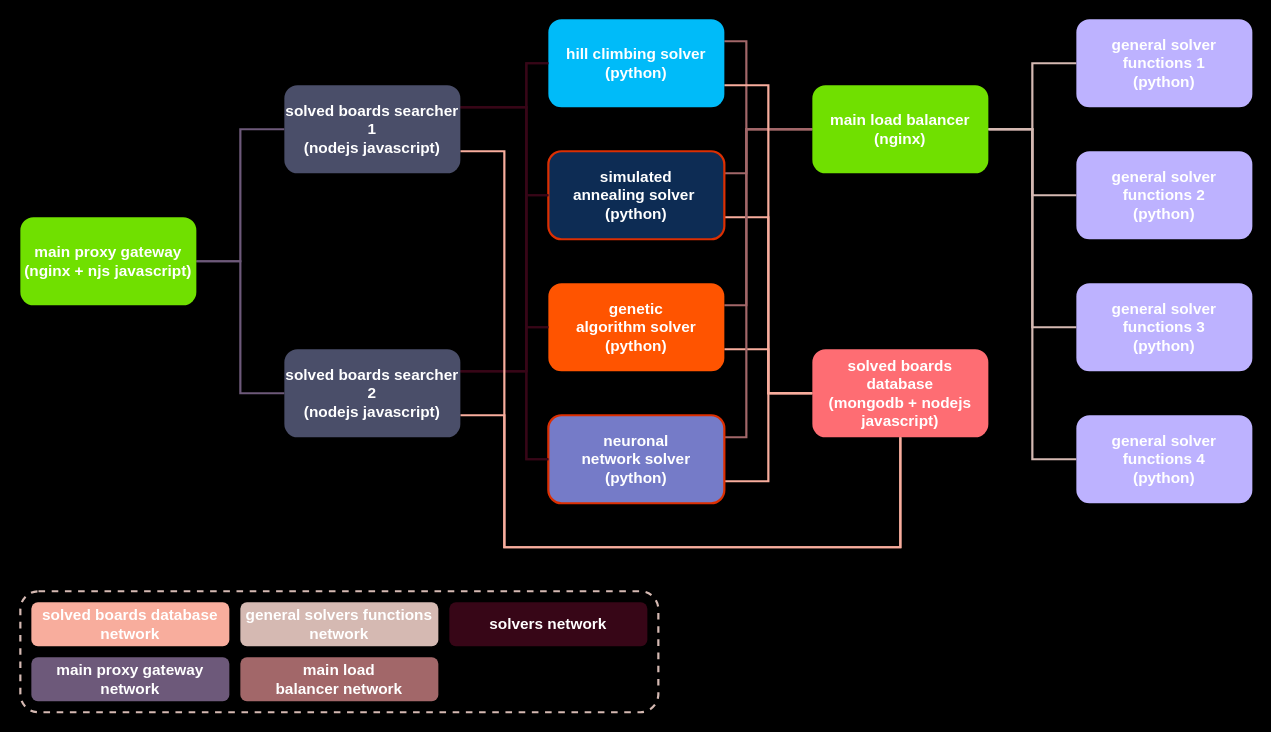
This is images/sudoku_solver.drawio from joseesco24/sudoku_solver, a draw.io file, before an edit. Source tidied: cells renumbered, new cells numbered last; positions are measured from the earlier drawing's top-left corner, leaving out a move shared by most shapes. Both pictures are drawn from the tidied source at 110%, with x=0, y=0 at pixel (20, 19).
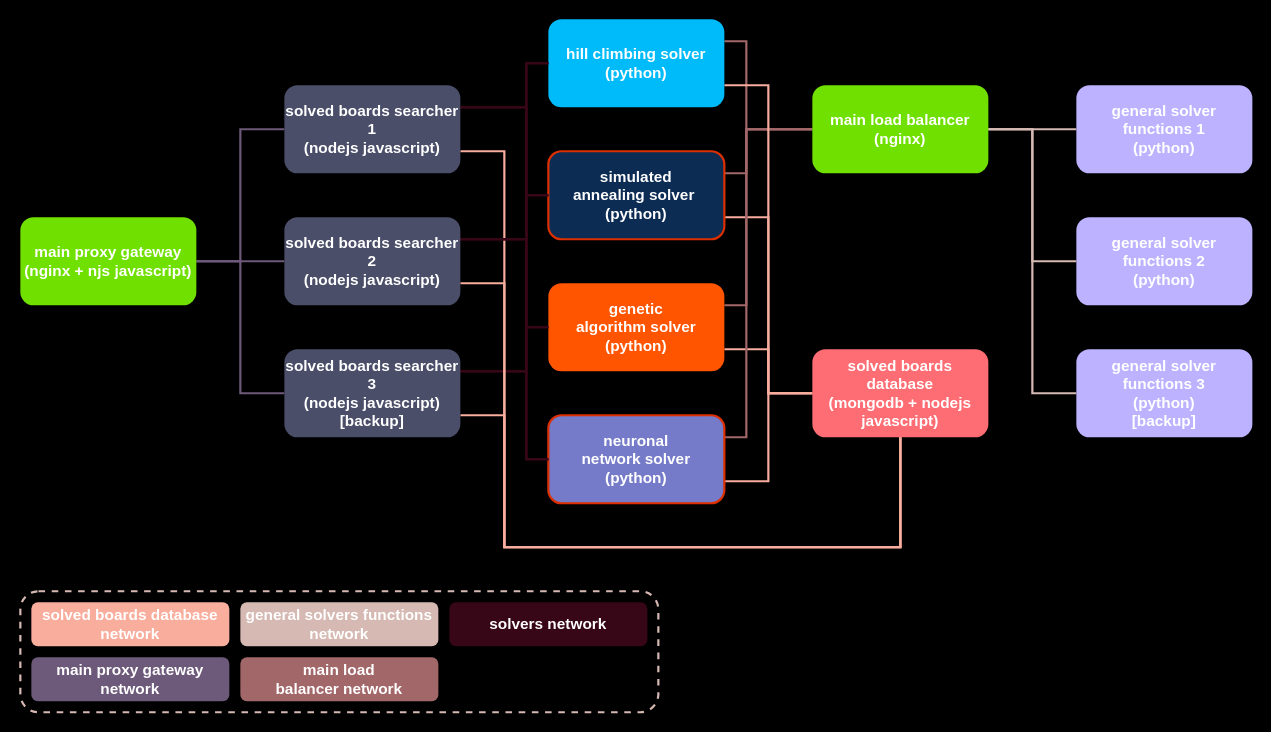
The same diagram, later.

Commit message (it also covers changes not shown here):
correcciones en las funciones de validacion del proxy, cambios en la arquitectura aprovechando los servidores backup de nginx, meoras en las colecciones de requests

Unchanged cells that the change refers to:
```xml
<mxCell id="5" value="&lt;b&gt;&lt;font color=&quot;#ffffff&quot; style=&quot;font-size: 14px&quot;&gt;main proxy gateway&lt;br&gt;(nginx + njs javascript)&lt;br&gt;&lt;/font&gt;&lt;/b&gt;" style="rounded=1;whiteSpace=wrap;html=1;strokeWidth=2;fillColor=#70e000;strokeColor=none;" parent="1" vertex="1">
  <mxGeometry y="180" width="160" height="80" as="geometry" />
</mxCell>
<mxCell id="8" value="&lt;b&gt;&lt;font color=&quot;#ffffff&quot;&gt;&lt;span style=&quot;font-size: 14px&quot;&gt;simulated annealing&amp;nbsp;solver&amp;nbsp;&lt;br&gt;&lt;/span&gt;&lt;/font&gt;&lt;span style=&quot;color: rgb(255 , 255 , 255) ; font-size: 14px&quot;&gt;(python)&lt;/span&gt;&lt;/b&gt;" style="rounded=1;whiteSpace=wrap;html=1;strokeWidth=2;fillColor=#0d2c54;strokeColor=#dc2f02;" parent="1" vertex="1">
  <mxGeometry x="480" y="120" width="160" height="80" as="geometry" />
</mxCell>
<mxCell id="11" value="&lt;font color=&quot;#ffffff&quot;&gt;&lt;span style=&quot;font-size: 14px&quot;&gt;&lt;b&gt;genetic algorithm&amp;nbsp;solver (python)&lt;/b&gt;&lt;/span&gt;&lt;/font&gt;" style="rounded=1;whiteSpace=wrap;html=1;strokeWidth=2;fillColor=#ff5400;strokeColor=none;" parent="1" vertex="1">
  <mxGeometry x="480" y="240" width="160" height="80" as="geometry" />
</mxCell>
<mxCell id="14" value="&lt;font color=&quot;#ffffff&quot;&gt;&lt;span style=&quot;font-size: 14px&quot;&gt;&lt;b&gt;neuronal network&amp;nbsp;solver (python)&lt;/b&gt;&lt;/span&gt;&lt;/font&gt;" style="rounded=1;whiteSpace=wrap;html=1;strokeWidth=2;fillColor=#757bc8;strokeColor=#dc2f02;" parent="1" vertex="1">
  <mxGeometry x="480" y="360" width="160" height="80" as="geometry" />
</mxCell>
<mxCell id="17" value="&lt;font color=&quot;#ffffff&quot; style=&quot;font-size: 14px&quot;&gt;&lt;b&gt;hill climbing solver (python)&lt;/b&gt;&lt;br&gt;&lt;/font&gt;" style="rounded=1;whiteSpace=wrap;html=1;strokeWidth=2;fillColor=#00bbf9;strokeColor=none;" parent="1" vertex="1">
  <mxGeometry x="480" width="160" height="80" as="geometry" />
</mxCell>
<mxCell id="22" value="&lt;font style=&quot;font-size: 14px&quot; color=&quot;#ffffff&quot;&gt;&lt;b&gt;main load balancer&lt;br&gt;(nginx)&lt;br&gt;&lt;/b&gt;&lt;/font&gt;" style="rounded=1;whiteSpace=wrap;html=1;strokeWidth=2;fillColor=#70e000;strokeColor=none;" parent="1" vertex="1">
  <mxGeometry x="720" y="60" width="160" height="80" as="geometry" />
</mxCell>
<mxCell id="23" value="&lt;font color=&quot;#ffffff&quot;&gt;&lt;span style=&quot;font-size: 14px&quot;&gt;&lt;b&gt;solved boards database &lt;br&gt;(mongodb + nodejs javascript)&lt;/b&gt;&lt;/span&gt;&lt;/font&gt;" style="rounded=1;whiteSpace=wrap;html=1;strokeWidth=2;glass=0;shadow=0;sketch=0;fillColor=#fe6d73;strokeColor=none;" parent="1" vertex="1">
  <mxGeometry x="720" y="300" width="160" height="80" as="geometry" />
</mxCell>
```

Diff of the diagram source:
```diff
@@
+    <mxCell id="45" style="edgeStyle=orthogonalEdgeStyle;rounded=0;jettySize=auto;html=1;exitX=1;exitY=0.5;exitDx=0;exitDy=0;entryX=0;entryY=0.5;entryDx=0;entryDy=0;strokeWidth=2;strokeColor=#6D597A;endArrow=none;endFill=0;" parent="1" edge="1" source="5" target="51">
+      <mxGeometry relative="1" as="geometry" />
+    </mxCell>
@@
-    <mxCell id="21" style="edgeStyle=orthogonalEdgeStyle;rounded=0;jettySize=auto;html=1;exitX=1;exitY=0.5;exitDx=0;exitDy=0;entryX=0;entryY=0.5;entryDx=0;entryDy=0;endArrow=none;endFill=0;strokeWidth=2;strokeColor=#D5B9B2;" parent="1" edge="1" source="22" target="27">
-      <mxGeometry relative="1" as="geometry" />
-    </mxCell>
@@
     <mxCell id="24" value="&lt;b style=&quot;font-size: 14px&quot;&gt;&lt;font color=&quot;#ffffff&quot; style=&quot;font-size: 14px&quot;&gt;general solver functions 1&lt;br&gt;(python)&lt;/font&gt;&lt;/b&gt;" style="rounded=1;whiteSpace=wrap;html=1;strokeWidth=2;fillColor=#bdb2ff;strokeColor=none;" parent="1" vertex="1">
-      <mxGeometry x="960" width="160" height="80" as="geometry" />
+      <mxGeometry x="960" y="60" width="160" height="80" as="geometry" />
     </mxCell>
     <mxCell id="25" value="&lt;b style=&quot;font-size: 14px&quot;&gt;&lt;font color=&quot;#ffffff&quot;&gt;general solver functions 2&lt;br&gt;(python)&lt;/font&gt;&lt;/b&gt;" style="rounded=1;whiteSpace=wrap;html=1;strokeWidth=2;fillColor=#bdb2ff;strokeColor=none;" parent="1" vertex="1">
-      <mxGeometry x="960" y="120" width="160" height="80" as="geometry" />
+      <mxGeometry x="960" y="180" width="160" height="80" as="geometry" />
     </mxCell>
-    <mxCell id="26" value="&lt;b style=&quot;font-size: 14px&quot;&gt;&lt;font color=&quot;#ffffff&quot;&gt;general solver functions 3&lt;br&gt;(python)&lt;/font&gt;&lt;/b&gt;" style="rounded=1;whiteSpace=wrap;html=1;strokeWidth=2;fillColor=#bdb2ff;strokeColor=none;" parent="1" vertex="1">
-      <mxGeometry x="960" y="240" width="160" height="80" as="geometry" />
+    <mxCell id="26" value="&lt;b style=&quot;font-size: 14px&quot;&gt;&lt;font color=&quot;#ffffff&quot;&gt;general solver functions 3&lt;br&gt;(python)&lt;br&gt;[&lt;/font&gt;&lt;/b&gt;&lt;b style=&quot;color: rgb(255 , 255 , 255) ; font-size: 14px&quot;&gt;backup&lt;/b&gt;&lt;b style=&quot;font-size: 14px&quot;&gt;&lt;font color=&quot;#ffffff&quot;&gt;]&lt;br&gt;&lt;/font&gt;&lt;/b&gt;" style="rounded=1;whiteSpace=wrap;html=1;strokeWidth=2;fillColor=#bdb2ff;strokeColor=none;" parent="1" vertex="1">
+      <mxGeometry x="960" y="300" width="160" height="80" as="geometry" />
     </mxCell>
-    <mxCell id="27" value="&lt;b style=&quot;font-size: 14px&quot;&gt;&lt;font color=&quot;#ffffff&quot;&gt;general solver functions 4&lt;br&gt;(python)&lt;/font&gt;&lt;/b&gt;" style="rounded=1;whiteSpace=wrap;html=1;strokeWidth=2;fillColor=#bdb2ff;strokeColor=none;" parent="1" vertex="1">
-      <mxGeometry x="960" y="360" width="160" height="80" as="geometry" />
-    </mxCell>
@@
-    <mxCell id="37" value="&lt;font color=&quot;#ffffff&quot;&gt;&lt;span style=&quot;font-size: 14px&quot;&gt;&lt;b&gt;solved boards searcher 2&lt;br&gt;(nodejs javascript)&lt;/b&gt;&lt;/span&gt;&lt;/font&gt;" style="rounded=1;whiteSpace=wrap;html=1;strokeWidth=2;strokeColor=none;fillColor=#4a4e69;" parent="1" vertex="1">
+    <mxCell id="37" value="&lt;font color=&quot;#ffffff&quot;&gt;&lt;span style=&quot;font-size: 14px&quot;&gt;&lt;b&gt;solved boards searcher 3&lt;br&gt;(nodejs javascript)&lt;br&gt;[backup]&lt;br&gt;&lt;/b&gt;&lt;/span&gt;&lt;/font&gt;" style="rounded=1;whiteSpace=wrap;html=1;strokeWidth=2;strokeColor=none;fillColor=#4a4e69;" parent="1" vertex="1">
       <mxGeometry x="240" y="300" width="160" height="80" as="geometry" />
     </mxCell>
@@
+    <mxCell id="46" style="edgeStyle=orthogonalEdgeStyle;rounded=0;jettySize=auto;html=1;exitX=1;exitY=0.25;exitDx=0;exitDy=0;entryX=0;entryY=0.5;entryDx=0;entryDy=0;endArrow=none;endFill=0;strokeWidth=2;strokeColor=#370617;" parent="1" edge="1" source="51" target="8">
+      <mxGeometry relative="1" as="geometry">
+        <Array as="points">
+          <mxPoint x="460" y="200" />
+          <mxPoint x="460" y="160" />
+        </Array>
+      </mxGeometry>
+    </mxCell>
+    <mxCell id="47" style="edgeStyle=orthogonalEdgeStyle;rounded=0;jettySize=auto;html=1;exitX=1;exitY=0.25;exitDx=0;exitDy=0;entryX=0;entryY=0.5;entryDx=0;entryDy=0;endArrow=none;endFill=0;strokeColor=#370617;strokeWidth=2;" parent="1" edge="1" source="51" target="11">
+      <mxGeometry relative="1" as="geometry">
+        <Array as="points">
+          <mxPoint x="460" y="200" />
+          <mxPoint x="460" y="280" />
+        </Array>
+      </mxGeometry>
+    </mxCell>
+    <mxCell id="48" style="edgeStyle=orthogonalEdgeStyle;rounded=0;jettySize=auto;html=1;exitX=1;exitY=0.25;exitDx=0;exitDy=0;entryX=0;entryY=0.5;entryDx=0;entryDy=0;endArrow=none;endFill=0;strokeColor=#370617;strokeWidth=2;" parent="1" edge="1" source="51" target="17">
+      <mxGeometry relative="1" as="geometry">
+        <Array as="points">
+          <mxPoint x="460" y="200" />
+          <mxPoint x="460" y="40" />
+        </Array>
+      </mxGeometry>
+    </mxCell>
+    <mxCell id="49" style="edgeStyle=orthogonalEdgeStyle;rounded=0;jettySize=auto;html=1;exitX=1;exitY=0.25;exitDx=0;exitDy=0;entryX=0;entryY=0.5;entryDx=0;entryDy=0;endArrow=none;endFill=0;strokeColor=#370617;strokeWidth=2;" parent="1" edge="1" source="51" target="14">
+      <mxGeometry relative="1" as="geometry">
+        <Array as="points">
+          <mxPoint x="460" y="200" />
+          <mxPoint x="460" y="400" />
+        </Array>
+      </mxGeometry>
+    </mxCell>
+    <mxCell id="50" style="edgeStyle=orthogonalEdgeStyle;rounded=0;jettySize=auto;html=1;exitX=1;exitY=0.75;exitDx=0;exitDy=0;entryX=0.5;entryY=1;entryDx=0;entryDy=0;endArrow=none;endFill=0;strokeWidth=2;strokeColor=#F8AD9D;" parent="1" edge="1" source="51" target="23">
+      <mxGeometry relative="1" as="geometry">
+        <Array as="points">
+          <mxPoint x="440" y="240" />
+          <mxPoint x="440" y="480" />
+          <mxPoint x="800" y="480" />
+        </Array>
+      </mxGeometry>
+    </mxCell>
+    <mxCell id="51" value="&lt;font color=&quot;#ffffff&quot;&gt;&lt;span style=&quot;font-size: 14px&quot;&gt;&lt;b&gt;solved boards searcher 2&lt;br&gt;(nodejs javascript)&lt;/b&gt;&lt;/span&gt;&lt;/font&gt;" style="rounded=1;whiteSpace=wrap;html=1;strokeWidth=2;strokeColor=none;fillColor=#4a4e69;" parent="1" vertex="1">
+      <mxGeometry x="240" y="180" width="160" height="80" as="geometry" />
+    </mxCell>
```
